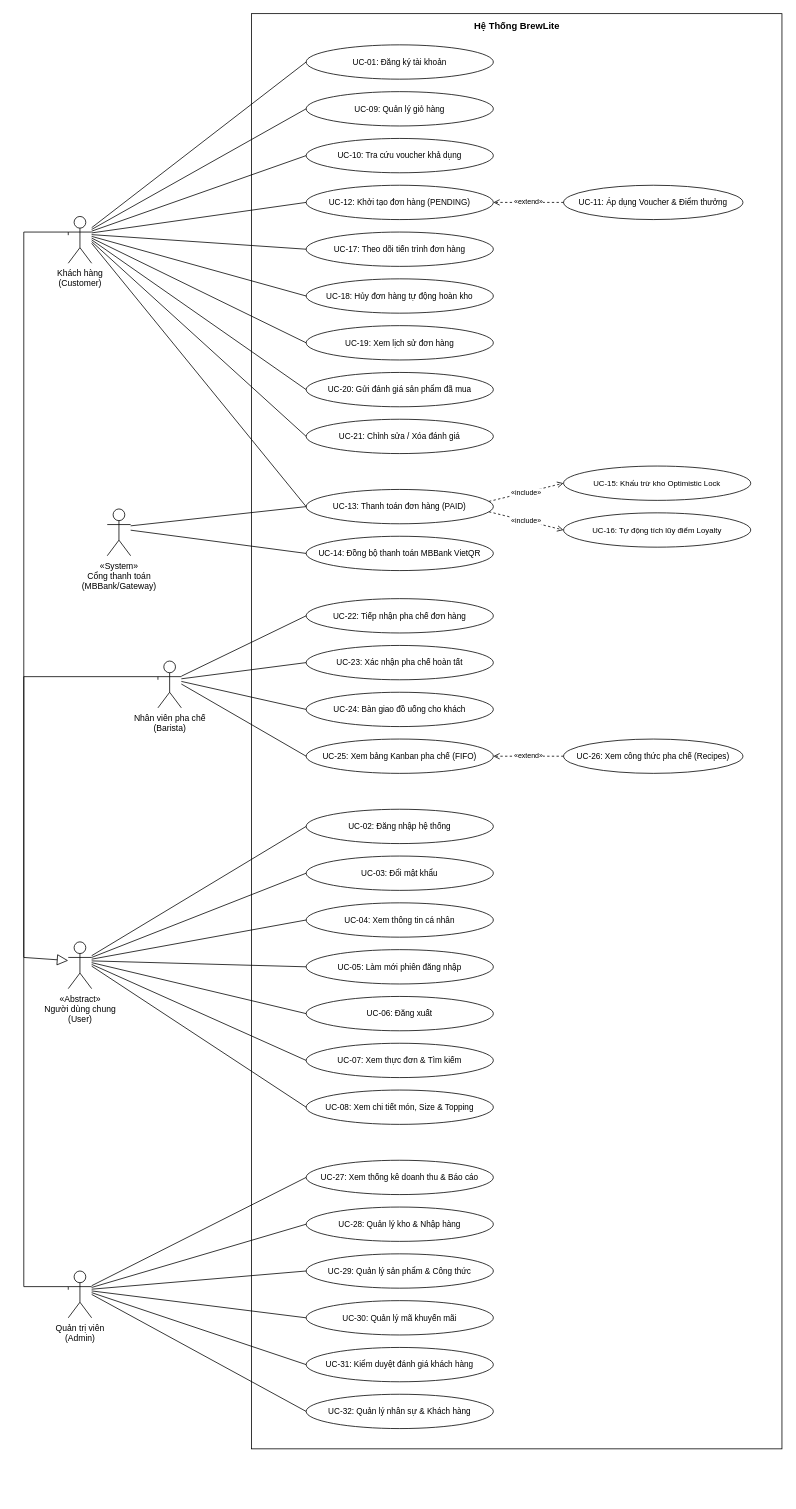
Above: docs/diagrams/usecases/01-usecase-overall.drawio in hanhdevsgu/BrewLite-Assignment2 (draw.io), before the change. Source tidied: cells renumbered, new cells numbered last; positions are measured from the earlier drawing's top-left corner, leaving out a move shared by most shapes. Both pictures are drawn from the tidied source at 78%, with x=0, y=0 at pixel (23, 13).
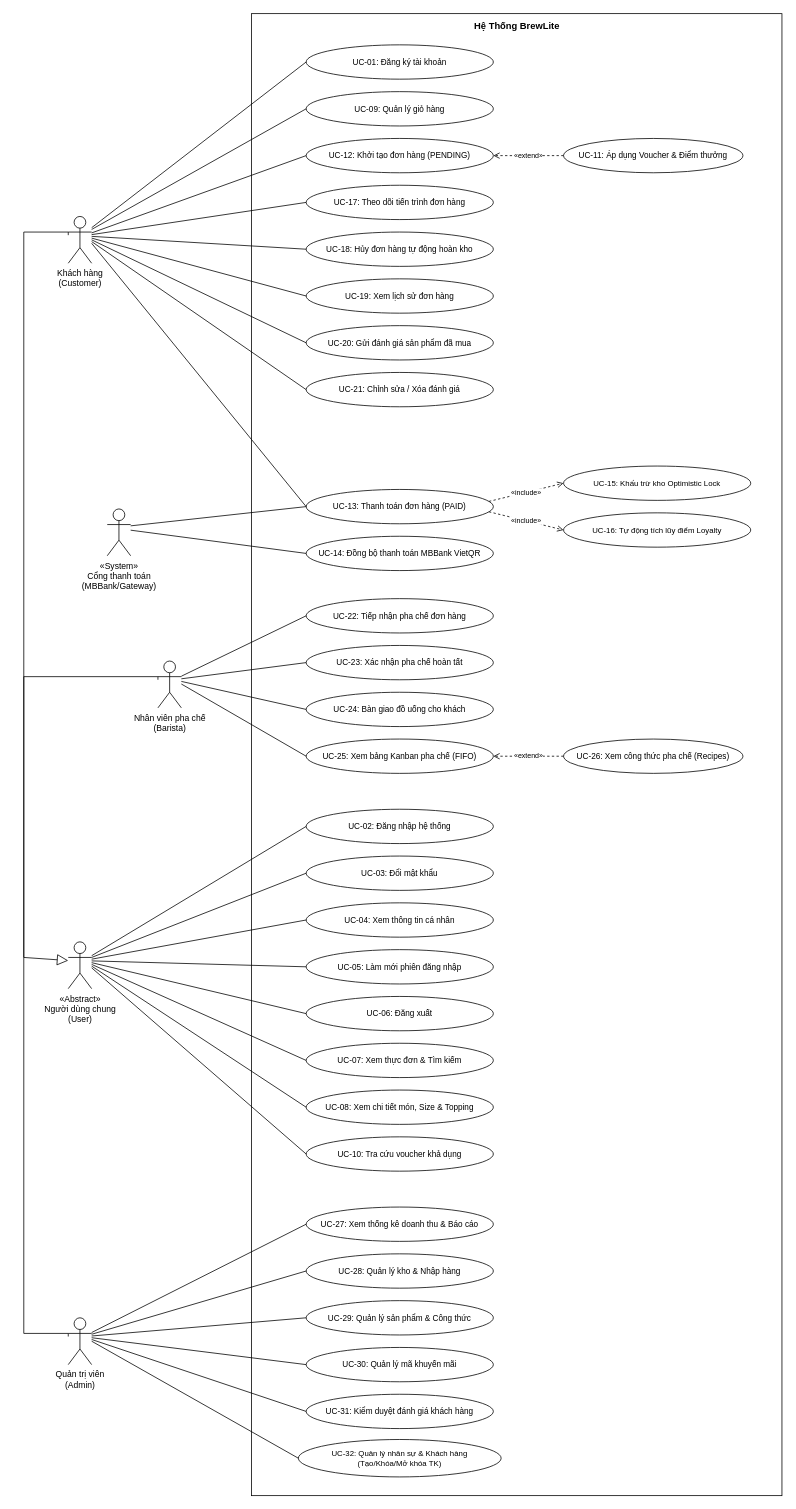
The same diagram, later.

The change refers to these unchanged cells:
```xml
<mxCell id="4" value="Khách hàng&lt;br&gt;(Customer)" style="shape=umlActor;verticalLabelPosition=bottom;verticalAlign=top;html=1;fontSize=11;strokeColor=#000000;fontColor=#000000;fillColor=#FFFFFF;" parent="1" vertex="1">
  <mxGeometry x="57" y="260" width="30" height="60" as="geometry" />
</mxCell>
<mxCell id="7" value="«Abstract»&lt;br&gt;Người dùng chung&lt;br&gt;(User)" style="shape=umlActor;verticalLabelPosition=bottom;verticalAlign=top;html=1;fontSize=11;strokeColor=#000000;fontColor=#000000;fillColor=#FFFFFF;" parent="1" vertex="1">
  <mxGeometry x="57" y="1190" width="30" height="60" as="geometry" />
</mxCell>
<mxCell id="78" style="shape=ellipse;fillColor=none;strokeColor=none;" parent="1" vertex="1">
  <mxGeometry y="1210" as="geometry" />
</mxCell>
```

Change to the diagram source:
```diff
@@
     <mxCell id="2" style="rounded=0;whiteSpace=wrap;html=1;fillColor=none;strokeColor=#000000;" parent="1" vertex="1">
-      <mxGeometry x="292" width="680" height="1840" as="geometry" />
+      <mxGeometry x="292" width="680" height="1900" as="geometry" />
     </mxCell>
@@
     <mxCell id="8" value="Quản trị viên&lt;br&gt;(Admin)" style="shape=umlActor;verticalLabelPosition=bottom;verticalAlign=top;html=1;fontSize=11;strokeColor=#000000;fontColor=#000000;fillColor=#FFFFFF;" parent="1" vertex="1">
-      <mxGeometry x="57" y="1612" width="30" height="60" as="geometry" />
+      <mxGeometry x="57" y="1672" width="30" height="60" as="geometry" />
     </mxCell>
@@
-    <mxCell id="11" value="UC-10: Tra cứu voucher khả dụng" style="ellipse;whiteSpace=wrap;html=1;fontSize=10.5;strokeColor=#000000;fontColor=#000000;fillColor=#FFFFFF;" parent="1" vertex="1">
-      <mxGeometry x="362" y="160" width="240" height="44" as="geometry" />
-    </mxCell>
     <mxCell id="12" value="UC-12: Khởi tạo đơn hàng (PENDING)" style="ellipse;whiteSpace=wrap;html=1;fontSize=10.5;strokeColor=#000000;fontColor=#000000;fillColor=#FFFFFF;" parent="1" vertex="1">
-      <mxGeometry x="362" y="220" width="240" height="44" as="geometry" />
+      <mxGeometry x="362" y="160" width="240" height="44" as="geometry" />
     </mxCell>
     <mxCell id="13" value="UC-11: Áp dụng Voucher &amp; Điểm thưởng" style="ellipse;whiteSpace=wrap;html=1;fontSize=10.5;strokeColor=#000000;fontColor=#000000;fillColor=#FFFFFF;" parent="1" vertex="1">
-      <mxGeometry x="692" y="220" width="230" height="44" as="geometry" />
+      <mxGeometry x="692" y="160" width="230" height="44" as="geometry" />
     </mxCell>
     <mxCell id="14" value="UC-17: Theo dõi tiến trình đơn hàng" style="ellipse;whiteSpace=wrap;html=1;fontSize=10.5;strokeColor=#000000;fontColor=#000000;fillColor=#FFFFFF;" parent="1" vertex="1">
-      <mxGeometry x="362" y="280" width="240" height="44" as="geometry" />
+      <mxGeometry x="362" y="220" width="240" height="44" as="geometry" />
     </mxCell>
     <mxCell id="15" value="UC-18: Hủy đơn hàng tự động hoàn kho" style="ellipse;whiteSpace=wrap;html=1;fontSize=10.5;strokeColor=#000000;fontColor=#000000;fillColor=#FFFFFF;" parent="1" vertex="1">
-      <mxGeometry x="362" y="340" width="240" height="44" as="geometry" />
+      <mxGeometry x="362" y="280" width="240" height="44" as="geometry" />
     </mxCell>
     <mxCell id="16" value="UC-19: Xem lịch sử đơn hàng" style="ellipse;whiteSpace=wrap;html=1;fontSize=10.5;strokeColor=#000000;fontColor=#000000;fillColor=#FFFFFF;" parent="1" vertex="1">
-      <mxGeometry x="362" y="400" width="240" height="44" as="geometry" />
+      <mxGeometry x="362" y="340" width="240" height="44" as="geometry" />
     </mxCell>
     <mxCell id="17" value="UC-20: Gửi đánh giá sản phẩm đã mua" style="ellipse;whiteSpace=wrap;html=1;fontSize=10.5;strokeColor=#000000;fontColor=#000000;fillColor=#FFFFFF;" parent="1" vertex="1">
-      <mxGeometry x="362" y="460" width="240" height="44" as="geometry" />
+      <mxGeometry x="362" y="400" width="240" height="44" as="geometry" />
     </mxCell>
     <mxCell id="18" value="UC-21: Chỉnh sửa / Xóa đánh giá" style="ellipse;whiteSpace=wrap;html=1;fontSize=10.5;strokeColor=#000000;fontColor=#000000;fillColor=#FFFFFF;" parent="1" vertex="1">
-      <mxGeometry x="362" y="520" width="240" height="44" as="geometry" />
+      <mxGeometry x="362" y="460" width="240" height="44" as="geometry" />
     </mxCell>
@@
+    <mxCell id="11" value="UC-10: Tra cứu voucher khả dụng" style="ellipse;whiteSpace=wrap;html=1;fontSize=10.5;strokeColor=#000000;fontColor=#000000;fillColor=#FFFFFF;" parent="1" vertex="1">
+      <mxGeometry x="362" y="1440" width="240" height="44" as="geometry" />
+    </mxCell>
     <mxCell id="35" value="UC-27: Xem thống kê doanh thu &amp; Báo cáo" style="ellipse;whiteSpace=wrap;html=1;fontSize=10.5;strokeColor=#000000;fontColor=#000000;fillColor=#FFFFFF;" parent="1" vertex="1">
-      <mxGeometry x="362" y="1470" width="240" height="44" as="geometry" />
+      <mxGeometry x="362" y="1530" width="240" height="44" as="geometry" />
     </mxCell>
     <mxCell id="36" value="UC-28: Quản lý kho &amp; Nhập hàng" style="ellipse;whiteSpace=wrap;html=1;fontSize=10.5;strokeColor=#000000;fontColor=#000000;fillColor=#FFFFFF;" parent="1" vertex="1">
-      <mxGeometry x="362" y="1530" width="240" height="44" as="geometry" />
+      <mxGeometry x="362" y="1590" width="240" height="44" as="geometry" />
     </mxCell>
     <mxCell id="37" value="UC-29: Quản lý sản phẩm &amp; Công thức" style="ellipse;whiteSpace=wrap;html=1;fontSize=10.5;strokeColor=#000000;fontColor=#000000;fillColor=#FFFFFF;" parent="1" vertex="1">
-      <mxGeometry x="362" y="1590" width="240" height="44" as="geometry" />
+      <mxGeometry x="362" y="1650" width="240" height="44" as="geometry" />
     </mxCell>
     <mxCell id="38" value="UC-30: Quản lý mã khuyến mãi" style="ellipse;whiteSpace=wrap;html=1;fontSize=10.5;strokeColor=#000000;fontColor=#000000;fillColor=#FFFFFF;" parent="1" vertex="1">
-      <mxGeometry x="362" y="1650" width="240" height="44" as="geometry" />
+      <mxGeometry x="362" y="1710" width="240" height="44" as="geometry" />
     </mxCell>
     <mxCell id="39" value="UC-31: Kiểm duyệt đánh giá khách hàng" style="ellipse;whiteSpace=wrap;html=1;fontSize=10.5;strokeColor=#000000;fontColor=#000000;fillColor=#FFFFFF;" parent="1" vertex="1">
-      <mxGeometry x="362" y="1710" width="240" height="44" as="geometry" />
+      <mxGeometry x="362" y="1770" width="240" height="44" as="geometry" />
     </mxCell>
-    <mxCell id="40" value="UC-32: Quản lý nhân sự &amp; Khách hàng" style="ellipse;whiteSpace=wrap;html=1;fontSize=10.5;strokeColor=#000000;fontColor=#000000;fillColor=#FFFFFF;" parent="1" vertex="1">
-      <mxGeometry x="362" y="1770" width="240" height="44" as="geometry" />
+    <mxCell id="40" value="UC-32: Quản lý nhân sự &amp; Khách hàng&lt;br&gt;(Tạo/Khóa/Mở khóa TK)" style="ellipse;whiteSpace=wrap;html=1;fontSize=10;strokeColor=#000000;fontColor=#000000;fillColor=#FFFFFF;" parent="1" vertex="1">
+      <mxGeometry x="352" y="1828" width="260" height="48" as="geometry" />
     </mxCell>
@@
-    <mxCell id="45" style="endArrow=none;html=1;strokeColor=#000000;exitX=1;exitY=0.333;exitDx=12;exitDy=-10;entryX=0;entryY=0.5;entryDx=0;entryDy=0;" parent="1" edge="1" source="4" target="11">
+    <mxCell id="45" style="endArrow=none;html=1;strokeColor=#000000;exitX=1;exitY=0.333;exitDx=12;exitDy=16;entryX=0;entryY=0.5;entryDx=0;entryDy=0;" parent="1" edge="1" source="7" target="11">
       <mxGeometry relative="1" as="geometry" />
     </mxCell>
@@
     <mxCell id="72" style="edgeStyle=orthogonalEdgeStyle;rounded=0;endArrow=none;html=1;strokeColor=#000000;exitX=0;exitY=0.333;exitDx=-10;exitDy=0;entryX=0.5;entryY=0.5;entryDx=0;entryDy=0;" parent="1" edge="1" source="8" target="78">
       <mxGeometry relative="1" as="geometry">
         <Array as="points">
-          <mxPoint y="1632" />
+          <mxPoint y="1692" />
         </Array>
       </mxGeometry>
     </mxCell>
```
